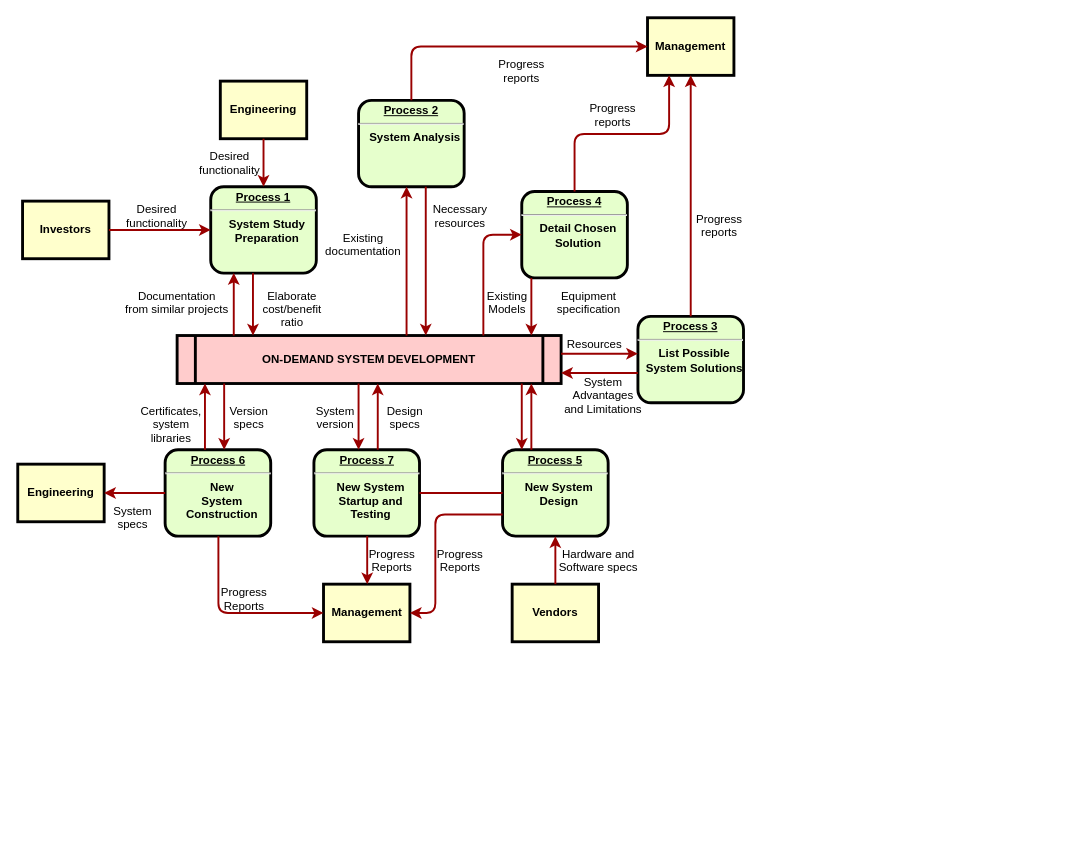
Earlier version of the draw.io diagram page "Page-1" (1 of 2) of 제목 없는 다이어그램.drawio (lotus0918/autonomoussccar). Source tidied: cells renumbered, new cells numbered last; positions are measured from the earlier drawing's top-left corner, leaving out a move shared by most shapes. Both pictures are drawn from the tidied source at 96%, with x=0, y=0 at pixel (17, 17).
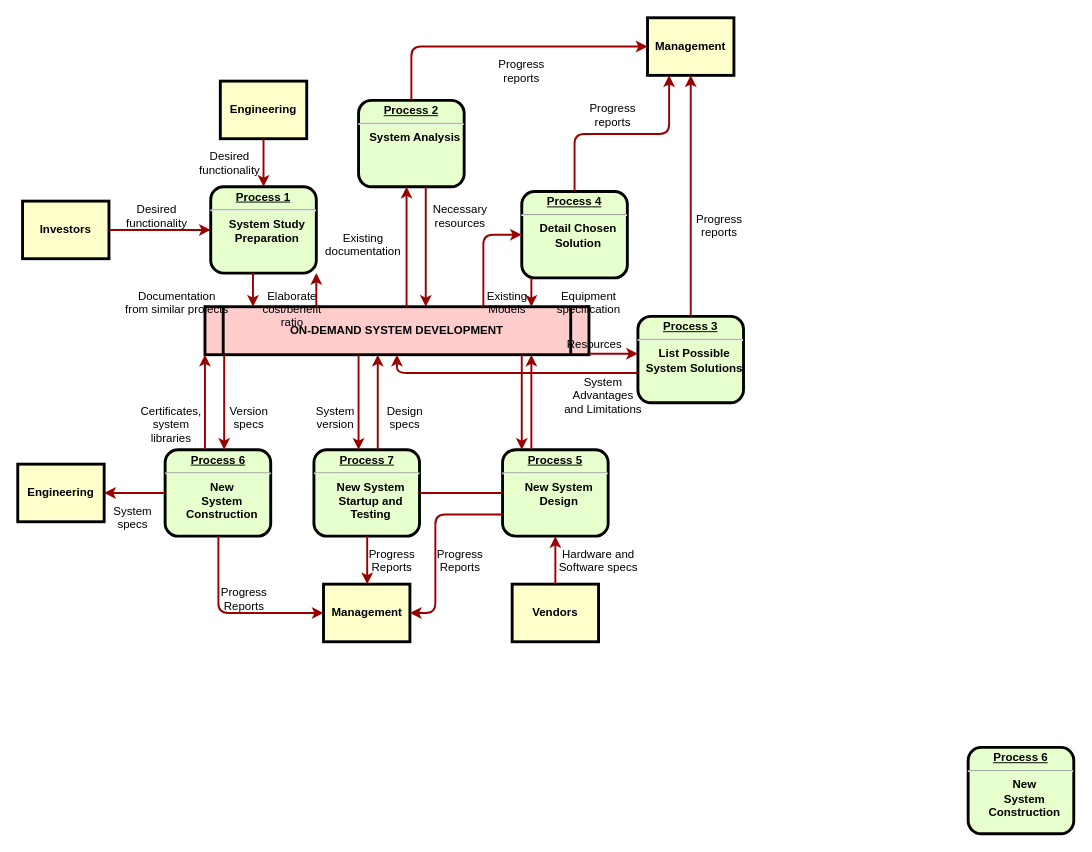
Above is the later version.

Commit message:
제목 없는 다이어그램.drawio 업데이트

The edit, as a diff of the source:
```diff
@@
     <mxCell id="5" value="ON-DEMAND SYSTEM DEVELOPMENT" style="shape=process;whiteSpace=wrap;align=center;verticalAlign=middle;size=0.0475;fontStyle=1;strokeWidth=3;fillColor=#FFCCCC;" parent="1" vertex="1">
-      <mxGeometry x="166" y="331" width="400" height="50" as="geometry" />
+      <mxGeometry x="195" y="301" width="400" height="50" as="geometry" />
     </mxCell>
@@
+    <mxCell id="63" value="&lt;p style=&quot;margin: 0px; margin-top: 4px; text-align: center; text-decoration: underline;&quot;&gt;&lt;strong&gt;&lt;strong&gt;Process&lt;/strong&gt; 6&lt;br /&gt;&lt;/strong&gt;&lt;/p&gt;&lt;hr /&gt;&lt;p style=&quot;margin: 0px; margin-left: 8px;&quot;&gt;New&lt;/p&gt;&lt;p style=&quot;margin: 0px; margin-left: 8px;&quot;&gt;System&lt;/p&gt;&lt;p style=&quot;margin: 0px; margin-left: 8px;&quot;&gt;Construction&lt;/p&gt;" style="verticalAlign=middle;align=center;overflow=fill;fontSize=12;fontFamily=Helvetica;html=1;rounded=1;fontStyle=1;strokeWidth=3;fillColor=#E6FFCC;" parent="1" vertex="1">
+      <mxGeometry x="990" y="760" width="110" height="90" as="geometry" />
+    </mxCell>
```
